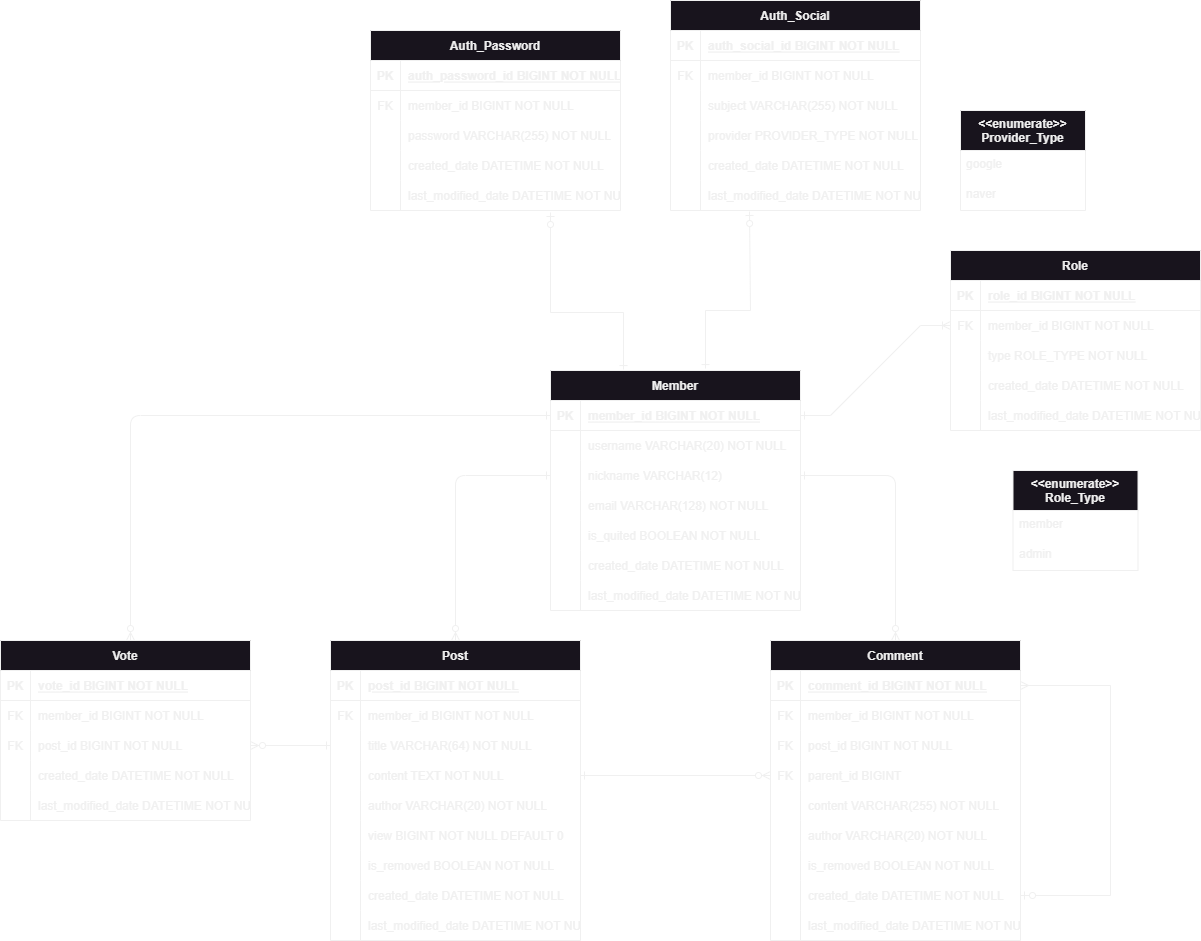
Earlier version of the draw.io export ERD.png (ohoon/spring-board-v2). Source tidied: cells renumbered, new cells last; positions are measured from the earlier drawing's top-left corner, leaving out a move shared by most shapes.
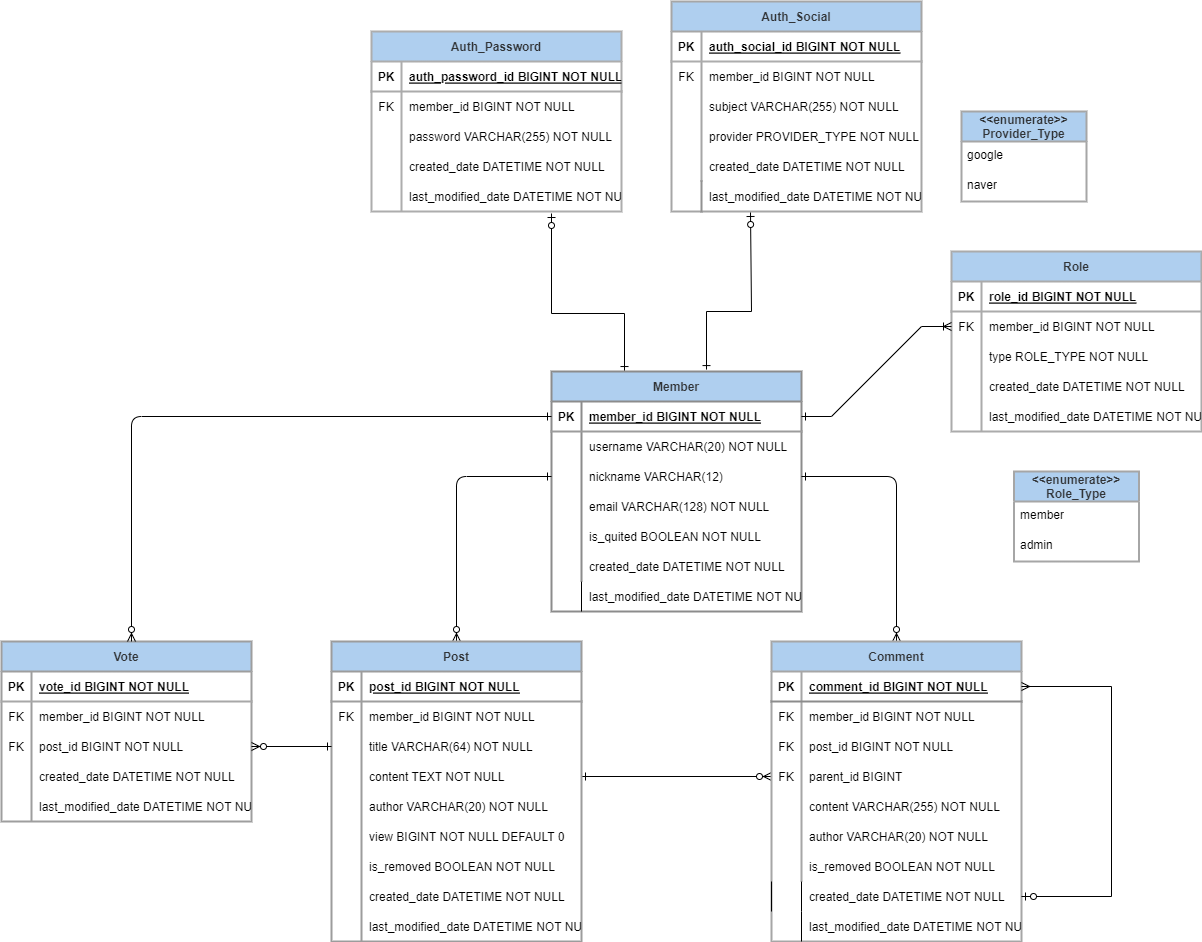
The same file after the commit.

Change to the diagram source:
```diff
@@ -1,11 +1,11 @@
-<mxGraphModel>
+<mxGraphModel background="#ffffff">
   <root>
     <mxCell id="0" />
     <mxCell id="1" parent="0" />
-    <mxCell id="2" value="Member" style="shape=table;startSize=30;rowLines=0;fontStyle=1;align=center;" parent="1" vertex="1">
+    <mxCell id="2" value="Member" style="shape=table;startSize=30;rowLines=0;fontStyle=1;align=center;fillColor=#afcfef;strokeColor=#8c8c8c;fontColor=#242424;labelBackgroundColor=none;rounded=0;shadow=0;strokeWidth=2;textOpacity=90;" parent="1" vertex="1">
       <mxGeometry x="550" y="370" width="250" height="240" as="geometry" />
     </mxCell>
-    <mxCell id="3" style="shape=partialRectangle;fillColor=none;points=[[0,0.5],[1,0.5]];portConstraint=eastwest;top=0;left=0;right=0;bottom=1;" parent="2" vertex="1">
+    <mxCell id="3" style="shape=partialRectangle;fillColor=none;points=[[0,0.5],[1,0.5]];portConstraint=eastwest;top=0;left=0;right=0;bottom=1;strokeWidth=2;strokeColor=#9c9c9c;" parent="2" vertex="1">
       <mxGeometry y="30" width="250" height="30" as="geometry" />
     </mxCell>
     <mxCell id="4" value="PK" style="shape=partialRectangle;overflow=hidden;fillColor=none;top=0;left=0;bottom=0;right=0;fontStyle=1;" parent="3" vertex="1">
@@ -81,10 +81,10 @@
     <mxCell id="23" style="fontSize=12;html=1;endArrow=ERzeroToMany;endFill=1;entryX=0;entryY=0.5;entryDx=0;entryDy=0;exitX=1;exitY=0.5;exitDx=0;exitDy=0;startArrow=ERone;startFill=0;" parent="1" edge="1" source="34" target="62">
       <mxGeometry relative="1" as="geometry" />
     </mxCell>
-    <mxCell id="24" value="Post" style="shape=table;startSize=30;rowLines=0;fontStyle=1;align=center;" parent="1" vertex="1">
+    <mxCell id="24" value="Post" style="shape=table;startSize=30;rowLines=0;fontStyle=1;align=center;fillColor=#afcfef;strokeColor=#9c9c9c;fontColor=#242424;labelBackgroundColor=none;rounded=0;shadow=0;strokeWidth=2;textOpacity=90;" parent="1" vertex="1">
       <mxGeometry x="330" y="640" width="250" height="300" as="geometry" />
     </mxCell>
-    <mxCell id="25" style="shape=partialRectangle;fillColor=none;top=0;left=0;right=0;bottom=1;" parent="24" vertex="1">
+    <mxCell id="25" style="shape=partialRectangle;fillColor=none;top=0;left=0;right=0;bottom=1;strokeWidth=2;strokeColor=#9e9e9e;" parent="24" vertex="1">
       <mxGeometry y="30" width="250" height="30" as="geometry" />
     </mxCell>
     <mxCell id="26" value="PK" style="shape=partialRectangle;overflow=hidden;fillColor=none;top=0;left=0;bottom=0;right=0;fontStyle=1;" parent="25" vertex="1">
@@ -165,10 +165,10 @@
     <mxCell id="51" value="last_modified_date DATETIME NOT NULL" style="shape=partialRectangle;overflow=hidden;fillColor=none;top=0;left=0;bottom=0;right=0;align=left;spacingLeft=6;" parent="49" vertex="1">
       <mxGeometry x="30" width="220" height="30" as="geometry" />
     </mxCell>
-    <mxCell id="52" value="Comment" style="shape=table;startSize=30;rowLines=0;fontStyle=1;align=center;" parent="1" vertex="1">
+    <mxCell id="52" value="Comment" style="shape=table;startSize=30;rowLines=0;fontStyle=1;align=center;fillColor=#afcfef;strokeColor=#a6a6a6;fontColor=#242424;labelBackgroundColor=none;rounded=0;shadow=0;strokeWidth=2;textOpacity=90;" parent="1" vertex="1">
       <mxGeometry x="770" y="640" width="250" height="300" as="geometry" />
     </mxCell>
-    <mxCell id="53" style="shape=partialRectangle;fillColor=none;points=[[0,0.5],[1,0.5]];portConstraint=eastwest;top=0;left=0;right=0;bottom=1;" parent="52" vertex="1">
+    <mxCell id="53" style="shape=partialRectangle;fillColor=none;points=[[0,0.5],[1,0.5]];portConstraint=eastwest;top=0;left=0;right=0;bottom=1;strokeWidth=2;strokeColor=#8c8c8c;" parent="52" vertex="1">
       <mxGeometry y="30" width="250" height="30" as="geometry" />
     </mxCell>
     <mxCell id="54" value="PK" style="shape=partialRectangle;overflow=hidden;fillColor=none;top=0;left=0;bottom=0;right=0;fontStyle=1;" parent="53" vertex="1">
@@ -240,10 +240,10 @@
     <mxCell id="76" value="last_modified_date DATETIME NOT NULL" style="shape=partialRectangle;overflow=hidden;fillColor=none;top=0;left=0;bottom=0;right=0;align=left;spacingLeft=6;" parent="74" vertex="1">
       <mxGeometry x="30" width="220" height="30" as="geometry" />
     </mxCell>
-    <mxCell id="77" value="Auth_Social" style="shape=table;startSize=30;rowLines=0;fontStyle=1;align=center;" parent="1" vertex="1">
+    <mxCell id="77" value="Auth_Social" style="shape=table;startSize=30;rowLines=0;fontStyle=1;align=center;fillColor=#afcfef;strokeColor=#a6a6a6;fontColor=#242424;labelBackgroundColor=none;rounded=0;shadow=0;strokeWidth=2;textOpacity=90;" parent="1" vertex="1">
       <mxGeometry x="670" width="250" height="210" as="geometry" />
     </mxCell>
-    <mxCell id="78" style="shape=partialRectangle;fillColor=none;top=0;left=0;right=0;bottom=1;" parent="77" vertex="1">
+    <mxCell id="78" style="shape=partialRectangle;fillColor=none;top=0;left=0;right=0;bottom=1;strokeWidth=2;strokeColor=#adadad;" parent="77" vertex="1">
       <mxGeometry y="30" width="250" height="30" as="geometry" />
     </mxCell>
     <mxCell id="79" value="PK" style="shape=partialRectangle;overflow=hidden;fillColor=none;top=0;left=0;bottom=0;right=0;fontStyle=1;" parent="78" vertex="1">
@@ -297,10 +297,10 @@
         </Array>
       </mxGeometry>
     </mxCell>
-    <mxCell id="94" value="Role" style="shape=table;startSize=30;rowLines=0;fontStyle=1;align=center;" parent="1" vertex="1">
+    <mxCell id="94" value="Role" style="shape=table;startSize=30;rowLines=0;fontStyle=1;align=center;fillColor=#afcfef;strokeColor=#ababab;fontColor=#242424;labelBackgroundColor=none;rounded=0;shadow=0;strokeWidth=2;textOpacity=90;" parent="1" vertex="1">
       <mxGeometry x="950" y="250" width="250" height="180" as="geometry" />
     </mxCell>
-    <mxCell id="95" style="shape=partialRectangle;fillColor=none;top=0;left=0;right=0;bottom=1;" parent="94" vertex="1">
+    <mxCell id="95" style="shape=partialRectangle;fillColor=none;top=0;left=0;right=0;bottom=1;strokeWidth=2;strokeColor=#ababab;" parent="94" vertex="1">
       <mxGeometry y="30" width="250" height="30" as="geometry" />
     </mxCell>
     <mxCell id="96" value="PK" style="shape=partialRectangle;overflow=hidden;fillColor=none;top=0;left=0;bottom=0;right=0;fontStyle=1;" parent="95" vertex="1">
@@ -348,14 +348,14 @@
     <mxCell id="110" style="edgeStyle=entityRelationEdgeStyle;fontSize=12;html=1;endArrow=ERoneToMany;rounded=0;exitX=1;exitY=0.5;exitDx=0;exitDy=0;entryX=0;entryY=0.5;entryDx=0;entryDy=0;startArrow=ERone;startFill=0;" parent="1" edge="1" source="3" target="98">
       <mxGeometry relative="1" as="geometry" />
     </mxCell>
-    <mxCell id="111" value="&lt;&lt;enumerate&gt;&gt;&#10;Role_Type" style="swimlane;fontStyle=1;horizontal=1;startSize=40;align=center;fontSize=12;" parent="1" vertex="1">
-      <mxGeometry x="1012.5" y="470" width="125" height="100" as="geometry" />
+    <mxCell id="111" value="&lt;&lt;enumerate&gt;&gt;&#10;Role_Type" style="swimlane;fontStyle=1;horizontal=1;startSize=30;align=center;fontSize=12;fillColor=#afcfef;strokeColor=#a6a6a6;fontColor=#242424;labelBackgroundColor=none;rounded=0;shadow=0;strokeWidth=2;textOpacity=90;" parent="1" vertex="1">
+      <mxGeometry x="1012.5" y="470" width="125" height="90" as="geometry" />
     </mxCell>
     <mxCell id="112" value="member" style="text;strokeColor=none;fillColor=none;spacingLeft=4;spacingRight=4;overflow=hidden;fontSize=12;whiteSpace=wrap;html=1;" parent="111" vertex="1">
-      <mxGeometry y="40" width="125" height="30" as="geometry" />
+      <mxGeometry y="30" width="125" height="30" as="geometry" />
     </mxCell>
     <mxCell id="113" value="admin" style="text;strokeColor=none;fillColor=none;spacingLeft=4;spacingRight=4;overflow=hidden;fontSize=12;whiteSpace=wrap;html=1;" parent="111" vertex="1">
-      <mxGeometry y="70" width="125" height="30" as="geometry" />
+      <mxGeometry y="60" width="125" height="30" as="geometry" />
     </mxCell>
     <mxCell id="114" style="shape=partialRectangle;fillColor=none;points=[[0,0.5],[1,0.5]];portConstraint=eastwest;top=0;left=1;right=0;bottom=0;" parent="1" vertex="1">
       <mxGeometry x="770" y="880" width="250" height="30" as="geometry" />
@@ -373,10 +373,10 @@
         </Array>
       </mxGeometry>
     </mxCell>
-    <mxCell id="118" value="Vote" style="shape=table;startSize=30;rowLines=0;fontStyle=1;align=center;" parent="1" vertex="1">
+    <mxCell id="118" value="Vote" style="shape=table;startSize=30;rowLines=0;fontStyle=1;align=center;labelBackgroundColor=none;fillColor=#afcfef;rounded=0;shadow=0;strokeColor=#9e9e9e;strokeWidth=2;fontColor=#242424;textOpacity=90;" parent="1" vertex="1">
       <mxGeometry y="640" width="250" height="180" as="geometry" />
     </mxCell>
-    <mxCell id="119" style="shape=partialRectangle;fillColor=none;top=0;left=0;right=0;bottom=1;" parent="118" vertex="1">
+    <mxCell id="119" style="shape=partialRectangle;fillColor=none;top=0;left=0;right=0;bottom=1;strokeWidth=2;strokeColor=#a8a8a8;" parent="118" vertex="1">
       <mxGeometry y="30" width="250" height="30" as="geometry" />
     </mxCell>
     <mxCell id="120" value="PK" style="shape=partialRectangle;overflow=hidden;fillColor=none;top=0;left=0;bottom=0;right=0;fontStyle=1;" parent="119" vertex="1">
@@ -445,10 +445,10 @@
     <mxCell id="138" value="last_modified_date DATETIME NOT NULL" style="shape=partialRectangle;overflow=hidden;fillColor=none;top=0;left=1;bottom=0;right=0;align=left;spacingLeft=6;" parent="136" vertex="1">
       <mxGeometry x="30" width="220" height="30" as="geometry" />
     </mxCell>
-    <mxCell id="139" value="Auth_Password" style="shape=table;startSize=30;rowLines=0;fontStyle=1;align=center;" parent="1" vertex="1">
+    <mxCell id="139" value="Auth_Password" style="shape=table;startSize=30;rowLines=0;fontStyle=1;align=center;fillColor=#afcfef;strokeColor=#adadad;fontColor=#242424;labelBackgroundColor=none;rounded=0;shadow=0;strokeWidth=2;textOpacity=90;" parent="1" vertex="1">
       <mxGeometry x="370" y="30" width="250" height="180" as="geometry" />
     </mxCell>
-    <mxCell id="140" style="shape=partialRectangle;fillColor=none;top=0;left=0;right=0;bottom=1;" parent="139" vertex="1">
+    <mxCell id="140" style="shape=partialRectangle;fillColor=none;top=0;left=0;right=0;bottom=1;strokeWidth=2;strokeColor=#ababab;" parent="139" vertex="1">
       <mxGeometry y="30" width="250" height="30" as="geometry" />
     </mxCell>
     <mxCell id="141" value="PK" style="shape=partialRectangle;overflow=hidden;fillColor=none;top=0;left=0;bottom=0;right=0;fontStyle=1;" parent="140" vertex="1">
@@ -508,17 +508,17 @@
     <mxCell id="157" style="shape=partialRectangle;overflow=hidden;fillColor=none;top=0;left=0;bottom=0;right=0;" parent="156" vertex="1">
       <mxGeometry width="30" height="30" as="geometry" />
     </mxCell>
-    <mxCell id="158" value="last_modified_date DATETIME NOT NULL" style="shape=partialRectangle;overflow=hidden;fillColor=none;top=0;left=1;bottom=0;right=0;align=left;spacingLeft=6;" parent="156" vertex="1">
+    <mxCell id="158" value="last_modified_date DATETIME NOT NULL" style="shape=partialRectangle;overflow=hidden;fillColor=none;top=0;left=1;bottom=0;right=0;align=left;spacingLeft=6;strokeWidth=2;strokeColor=#919191;" parent="156" vertex="1">
       <mxGeometry x="30" width="220" height="30" as="geometry" />
     </mxCell>
-    <mxCell id="159" value="&lt;&lt;enumerate&gt;&gt;&#10;Provider_Type" style="swimlane;fontStyle=1;horizontal=1;startSize=40;align=center;fontSize=12;" parent="1" vertex="1">
-      <mxGeometry x="960" y="110" width="125" height="100" as="geometry" />
+    <mxCell id="159" value="&lt;&lt;enumerate&gt;&gt;&#10;Provider_Type" style="swimlane;fontStyle=1;horizontal=1;startSize=30;align=center;fontSize=12;fillColor=#afcfef;strokeColor=#a6a6a6;fontColor=#242424;labelBackgroundColor=none;rounded=0;shadow=0;strokeWidth=2;textOpacity=90;" parent="1" vertex="1">
+      <mxGeometry x="960" y="110" width="125" height="90" as="geometry" />
     </mxCell>
     <mxCell id="160" value="google" style="text;strokeColor=none;fillColor=none;spacingLeft=4;spacingRight=4;overflow=hidden;fontSize=12;whiteSpace=wrap;html=1;" parent="159" vertex="1">
-      <mxGeometry y="40" width="125" height="30" as="geometry" />
+      <mxGeometry y="30" width="125" height="30" as="geometry" />
     </mxCell>
     <mxCell id="161" value="naver" style="text;strokeColor=none;fillColor=none;spacingLeft=4;spacingRight=4;overflow=hidden;fontSize=12;whiteSpace=wrap;html=1;" parent="159" vertex="1">
-      <mxGeometry y="70" width="125" height="30" as="geometry" />
+      <mxGeometry y="60" width="125" height="30" as="geometry" />
     </mxCell>
   </root>
 </mxGraphModel>
```
